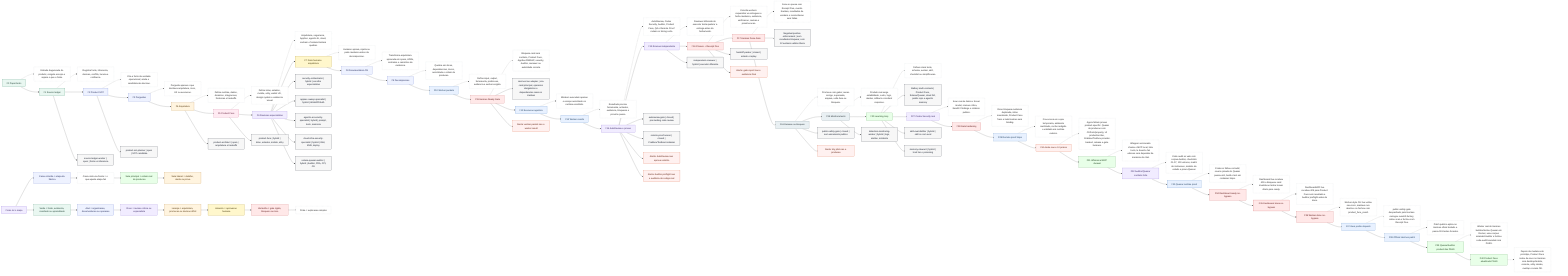
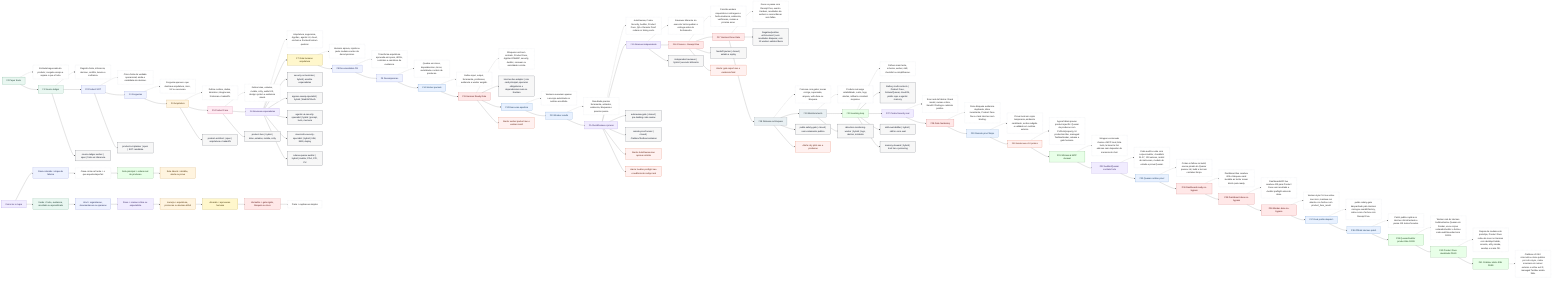
flowchart LR
  F0["F0 Paper bruto"]:::source
  F0D["Entrada baguncada do produto; congela escopo e separa o que e fonte."]:::desc
  F0 -.-> F0D
  F0 --> F1

  F1["F1 Source ledger"]:::source
  F1D["Registra fonte, inferencia, decisao, conflito, lacuna e confianca."]:::desc
  F1 -.-> F1D
  F1 --> F2

  F2["F2 Product SOT"]:::planning
  F2D["Cria a fonte da verdade operacional; ainda e candidata ate decisao."]:::desc
  F2 -.-> F2D
  F2 --> F3

  F3["F3 Perguntas"]:::planning
  F3D["Pergunta apenas o que destrava arquitetura, risco, UX ou execucao."]:::desc
  F3 -.-> F3D
  F3 --> F4

  F4["F4 Arquitetura"]:::architecture
  F4D["Define runtime, dados, dominios, integracoes, fronteiras e tradeoffs."]:::desc
  F4 -.-> F4D
  F4 --> F5

  F5["F5 Product Face"]:::face
  F5D["Define telas, estados, mobile, a11y, wallet UX, design system e evidencia visual."]:::desc
  F5 -.-> F5D
  F5 --> F6

  F6["F6 Revisoes especialistas"]:::review
  F6D["Arquitetura, seguranca, AppSec, agentic AI, cloud, onchain e frontend tentam quebrar."]:::desc
  F6 -.-> F6D
  F6 --> F7

  F7["F7 Gate humano arquitetura"]:::human
  F7D["Humano aprova, rejeita ou pede mudanca antes da decomposicao."]:::desc
  F7 -.-> F7D
  F7 --> F8

  F8["F8 Documentation OS"]:::planning
  F8D["Transforma arquitetura aprovada em specs, ADRs, contratos e caminhos de evidencia."]:::desc
  F8 -.-> F8D
  F8 --> F9

  F9["F9 Decomposicao"]:::planning
  F9D["Quebra em slices, dependencias, riscos, autoridade e ordem de producao."]:::desc
  F9 -.-> F9D
  F9 --> F10

  F10["F10 Worker packets"]:::execution
  F10D["Define input, output, ferramenta, proibicoes, evidencia e worker exigido."]:::desc
  F10 -.-> F10D
  F10 --> F11

  F11["F11 Hermes Ready Gate"]:::gate
  F11D["Bloqueia card sem contrato, Product Face, AppSec/OWASP, security, Auditor, reviewer ou autoridade correta."]:::desc
  F11 -.-> F11D
  F11 --> H1["Hermes live adapter | cria card principal, operarios obrigatorios e dependencias reais no Kanban"]:::worker
  F11 --> F12

  F12["F12 Execucao agentica"]:::execution
  F12D["Workers executam apenas o escopo autorizado no runtime escolhido."]:::desc
  F12 -.-> F12D
  F12 --> F13

  F13["F13 Worker results"]:::execution
  F13D["Resultado precisa ferramenta, achados, evidencia, bloqueios e proximo passo."]:::desc
  F13 -.-> F13D
  F13 --> F14

  F14["F14 AutoReview e provas"]:::review
  F14D["AutoReview, Codex Security, Auditor, Product Face, QA e Remote Proof rodam no timing certo."]:::desc
  F14 -.-> F14D
  F14 --> F15

  F15["F15 Revisao independente"]:::review
  F15D["Reviewer diferente do executor tenta quebrar a entrega antes do fechamento."]:::desc
  F15 -.-> F15D
  F15 --> F16

  F16["F16 Closure + Receipt Five"]:::gate
  F16D["Concilia workers requeridos vs entregues e fecha mudanca, evidencia, verificacao, revisao e proxima acao."]:::desc
  F16 -.-> F16D
  F16 --> F17

  F17["F17 Hermes Done Gate"]:::gate
  F17D["Done so passa com Receipt Five, evento Kanban, resultados de workers e reconciliacao sem faltas."]:::desc
  F17 -.-> F17D
  F17 --> H2["Negative/positive enforcement | sem resultados bloqueia; com 12 workers validos libera"]:::worker
  F17 --> F18

  F18["F18 Release ou bloqueio"]:::release
  F18D["Promove com gates; senao corrige, supersede, arquiva, volta fase ou bloqueia."]:::desc
  F18 -.-> F18D
  F18 --> F19

  F19["F19 Monitoramento"]:::release
  F19D["Produto real exige estabilidade, custo, logs, alertas, rollback e incident response."]:::desc
  F19 -.-> F19D
  F19 --> F20

  F20["F20 Learning loop"]:::learning
  F20D["Falhas viram teste, schema, worker, skill, checklist ou simplificacao."]:::desc
  F20 -.-> F20D
  F20 --> H3["Battery multi-contexto | Product Face, Solana/Quasar, cloud R4, public repo e agentic memory"]:::worker
  F20 --> F27

  F27["F27 Codex Security real"]:::review
  F27D["Scan real da fabrica: threat model, revisao critica, Bandit 0 findings e relatorio publico."]:::desc
  F27 -.-> F27D
  F27 --> F28

  F28["F28 Gate hardening"]:::gate
  F28D["Done bloqueia evidencia duplicada, inline inexistente, Product Face fraco e task Hermes sem binding."]:::desc
  F28 -.-> F28D
  F28 --> F29

  F29["F29 Remote proof limpo"]:::execution
  F29D["Prova local em copia temporaria, ambiente sanitizado, recibo redigido e validado em runtime externo."]:::desc
  F29 -.-> F29D
  F29 --> F30

  F30["F30 Ainda nao e 10 pratico"]:::alert
-   F30D["Agora faltam provas product-specific: Quasar de producao com CU/fuzz/property, UI production-like, Crabbox/Testbox provider-backed, release e gate humano."]:::desc
+   F30D["Agora faltam provas product-specific: Quasar de producao com CU/fuzz/property, UI production-like, managed Testbox/broker, release e gate humano."]:::desc
  F30 -.-> F30D
  F30 --> F31

  F31["F31 Whimsical MCP duravel"]:::learning
  F31D["Wrapper versionado chama o MCP local, lista tools, le board e faz edicoes sem depender da memoria do chat."]:::desc
  F31 -.-> F31D
  F31 --> F32

  F32["F32 Auditor/Quasar contrato forte"]:::review
  F32D["Code audit so vale com corpus Auditor, checklists 01-07, 100 vetores, matriz de instrucoes, modelo de estado e prova Quasar."]:::desc
  F32 -.-> F32D
  F32 --> F33

  F33["F33 Quasar runtime proof"]:::execution
  F33D["Crates.io falhou no build; source pinado do Quasar passou init, build e test em container limpo."]:::desc
  F33 -.-> F33D
  F33 --> F34

  F34["F34 Dashboard ready no-bypass"]:::gate
  F34D["Dashboard live recebeu 409 e bloqueou card invalida ao tentar mover direto para ready."]:::desc
  F34 -.-> F34D
  F34 --> F35

  F35["F35 Dashboard done no-bypass"]:::gate
  F35D["Dashboard/API live recebeu 409 para Product Face sem resultado e Auditor preflight antes de done."]:::desc
  F35 -.-> F35D
  F35 --> F36

  F36["F36 Worker done no-bypass"]:::gate
  F36D["Worker-style CLI live voltou nao-zero, manteve run aberta e so fechou com product_face_result."]:::desc
  F36 -.-> F36D
  F36 --> F37

  F37["F37 Real profile dispatch"]:::execution
  F37D["public-safety-gate despachado pelo Hermes carregou overkill-factory, rodou scan e fechou com Receipt Five."]:::desc
  F37 -.-> F37D
  F37 --> F38

  F38["F38 Official Hermes patch"]:::execution
  F38D["Patch publico aplica no Hermes oficial testado e passa 119 testes focados."]:::desc
  F38 -.-> F38D
  F38 --> F39

  F39["F39 Quasar/Auditor product-like PASS"]:::learning
  F39D["Worker real do Hermes buildou/testou Quasar em Docker, usou corpus solanabr/Auditor e fechou code-audit bounded com PASS."]:::desc
  F39 -.-> F39D
  F39 --> F40

  F40["F40 Product Face atualizado PASS"]:::learning
  F40D["Depois da mudanca do prototipo, Product Face rodou de novo no Hermes com desktop/mobile, console, a11y smoke, overlap e scans OK."]:::desc
  F40 -.-> F40D
+   F40 --> F41
+ 
+   F41["F41 Crabbox static-SSH PASS"]:::learning
+   F41D["Crabbox v0.26.0 sincronizou clone publico por ssh+rsync, rodou scanners em runner externo e voltou exit 0; managed Testbox ainda falta."]:::desc
+   F41 -.-> F41D

  F1 --> W1["source-ledger-worker | open | fonte vs inferencia"]:::worker
  F2 --> W2["product-sot-planner | open | SOT candidata"]:::worker
  F4 --> W3["product-architect | open | arquitetura e tradeoffs"]:::worker
  F5 --> W4["product-face | hybrid | telas, estados, mobile, a11y"]:::worker
  F6 --> W5["security-orchestrator | hybrid | escolhe especialistas"]:::worker
  F6 --> W6["appsec-owasp-specialist | hybrid | Web/API/Auth"]:::worker
  F6 --> W7["agentic-ai-security-specialist | hybrid | prompt, tools, memoria"]:::worker
  F6 --> W8["cloud-infra-security-specialist | hybrid | IAM, KMS, deploy"]:::worker
  F6 --> W9["solana-quasar-auditor | hybrid | Auditor, PDA, CPI, CU"]:::worker
  F14 --> W10["autoreview-gate | closed | pre-landing code review"]:::worker
  F14 --> W11["remote-proof-runner | closed | Crabbox/Testbox/container"]:::worker
  F15 --> W12["independent-reviewer | hybrid | executor diferente"]:::worker
  F16 --> W13["handoff-packer | closed | estado e replay"]:::worker
  F18 --> W14["public-safety-gate | closed | sem vazamento publico"]:::worker
  F19 --> W15["detection-monitoring-worker | hybrid | logs, alertas, incidente"]:::worker
  F20 --> W16["skill-eval-distiller | hybrid | skill so com eval"]:::worker
  F20 --> W17["memory-steward | hybrid | trust tier e poisoning"]:::worker

  F11 --> A1["Alerta: worker packet nao e worker result"]:::alert
  F16 --> A2["Alerta: gate report nao e evidencia final"]:::alert
  F14 --> A3["Alerta: AutoReview nao aprova sozinho"]:::alert
  F14 --> A4["Alerta: Auditor preflight nao e auditoria de codigo real"]:::alert
  F18 --> A5["Alerta: dry pilot nao e producao"]:::alert

  LEGEND0["Como ler o mapa"]:::review
  LEGEND1["Caixa colorida = etapa da fabrica"]:::planning
  LEGEND2["Caixa cinza na frente = o que aquela etapa faz"]:::desc
  LEGEND3["Seta principal = ordem real de producao"]:::learning
  LEGEND4["Seta lateral = detalhe, alerta ou prova"]:::architecture
  LEGEND5["Verde = fonte, evidencia, resultado ou aprendizado"]:::source
  LEGEND6["Azul = organizacao, documentacao ou operacao"]:::planning
  LEGEND7["Roxo = revisao critica ou especialista"]:::review
  LEGEND8["Laranja = arquitetura, promocao ou decisao dificil"]:::architecture
  LEGEND9["Amarelo = aprovacao humana"]:::human
  LEGEND10["Vermelho = gate rigido, bloqueio ou risco"]:::gate
  LEGEND11["Prata = explicacao simples"]:::desc

  LEGEND0 --> LEGEND1 --> LEGEND2 --> LEGEND3 --> LEGEND4
  LEGEND0 --> LEGEND5 --> LEGEND6 --> LEGEND7 --> LEGEND8 --> LEGEND9 --> LEGEND10 --> LEGEND11

  classDef source fill:#e9f7f1,stroke:#217a54,color:#12372a;
  classDef planning fill:#eef2ff,stroke:#4f63c6,color:#1c2455;
  classDef architecture fill:#fff4df,stroke:#b36b00,color:#4a2d00;
  classDef face fill:#ffeaf2,stroke:#c23b72,color:#5f1735;
  classDef review fill:#f1ecff,stroke:#7656c9,color:#33215f;
  classDef human fill:#fff7cc,stroke:#9b7a00,color:#3d3000;
  classDef execution fill:#e8f1ff,stroke:#2e6db5,color:#173858;
  classDef gate fill:#ffe8e8,stroke:#bf3434,color:#5a1111;
  classDef release fill:#e9f0f3,stroke:#51626b,color:#202b30;
  classDef learning fill:#e8ffe8,stroke:#3b8b3b,color:#173d17;
  classDef desc fill:#ffffff,stroke:#aab3bd,color:#222222,stroke-dasharray: 3 3;
  classDef worker fill:#f7f7f7,stroke:#111827,color:#111827;
  classDef alert fill:#fff1f0,stroke:#d4380d,color:#5c1a08;
